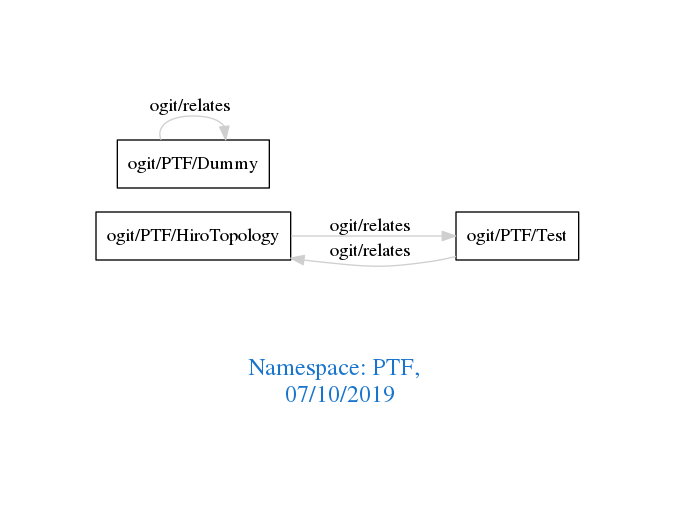
Earlier version of the Graphviz export downloads/PTF.png (arago/OGIT). Its source is kept beside it as downloads/PTF.dot.
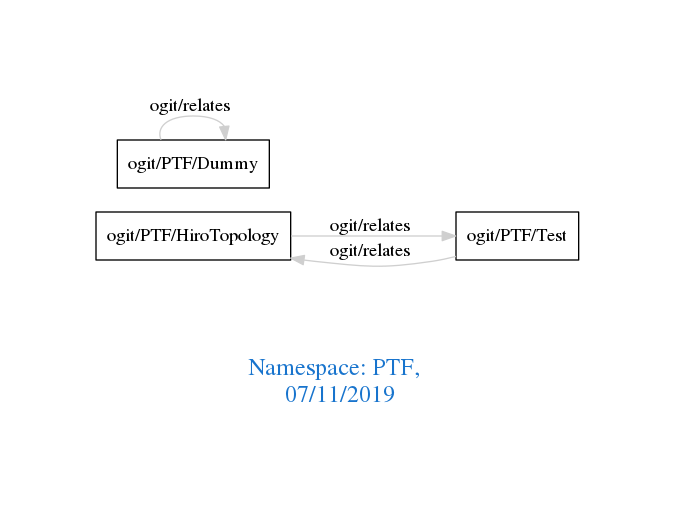
After the commit.

What changed in the source:
```diff
@@ -1,7 +1,7 @@
 digraph OGIT_ontology {
  graph [ rankdir= LR,pad=1
 fontsize = 18,
-fontcolor= dodgerblue3,label = "\n\n\nNamespace: PTF, \n 07/10/2019"];
+fontcolor= dodgerblue3,label = "\n\n\nNamespace: PTF, \n 07/11/2019"];
 node[shape=polygon];
 edge [  color="gray81"];
 
```
